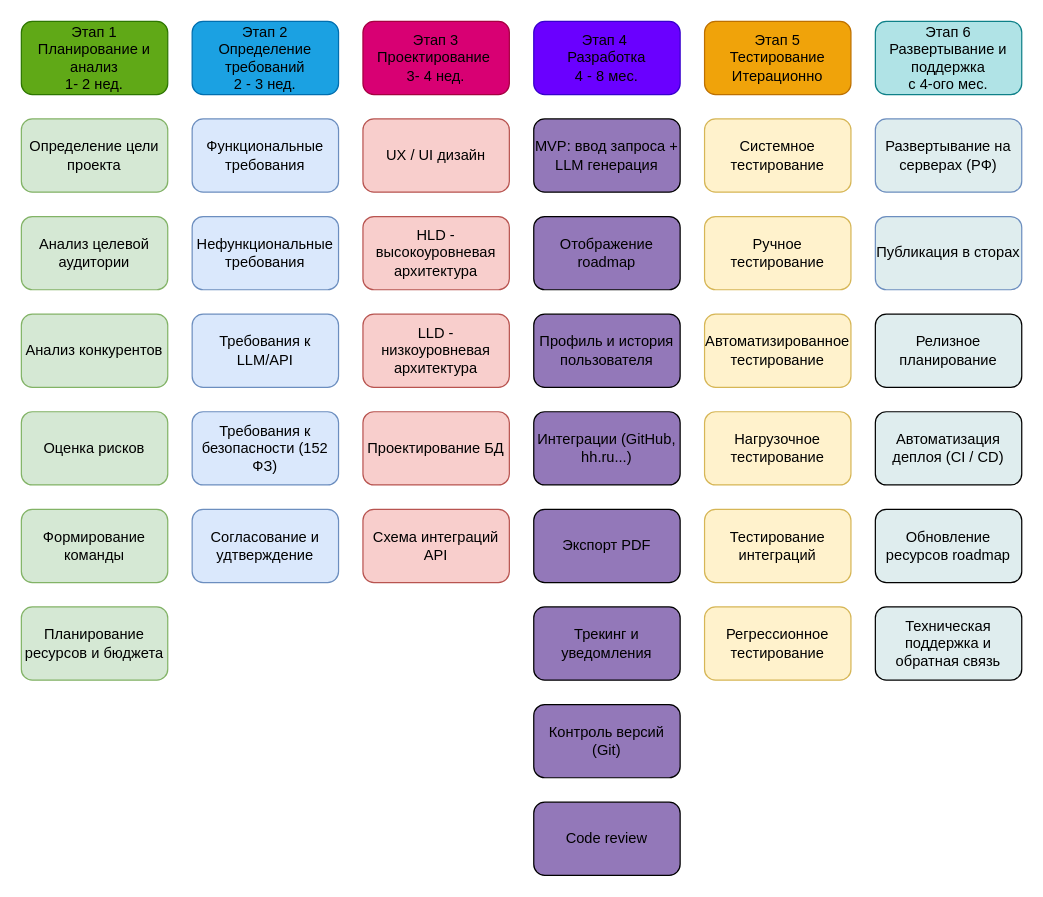
Before: 3th course/ОУПП/этапы-разработки.drawio in valmork/university, a draw.io diagram. Source tidied: cells renumbered, new cells numbered last; positions are measured from the earlier drawing's top-left corner, leaving out a move shared by most shapes. Both pictures are drawn from the tidied source at 122%, with x=0, y=0 at pixel (21, 21).
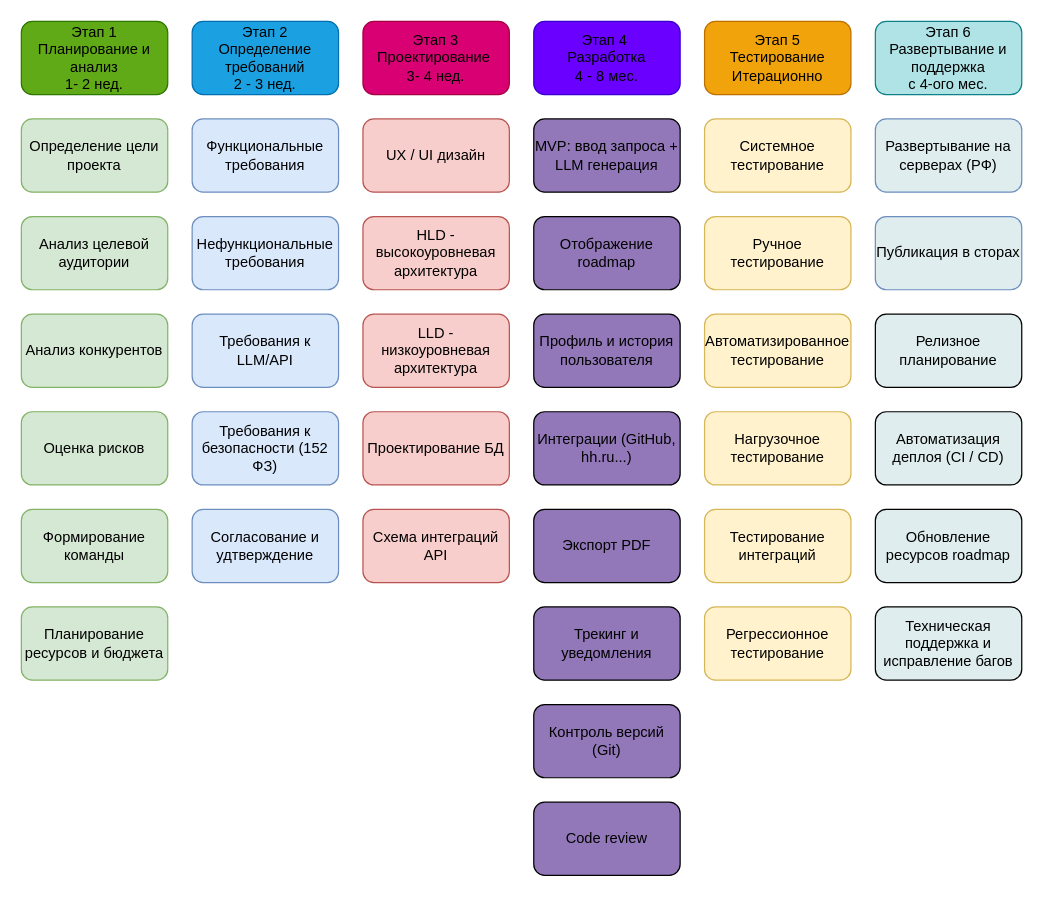
Above is the later version.

Diff of the diagram source:
```diff
@@
-    <mxCell id="41" value="Техническая поддержка и обратная связь" style="rounded=1;whiteSpace=wrap;html=1;fillColor=#DFEDEE;" parent="1" vertex="1">
+    <mxCell id="41" value="Техническая поддержка и исправление багов" style="rounded=1;whiteSpace=wrap;html=1;fillColor=#DFEDEE;" parent="1" vertex="1">
       <mxGeometry x="700" y="480" width="120" height="60" as="geometry" />
     </mxCell>
```
